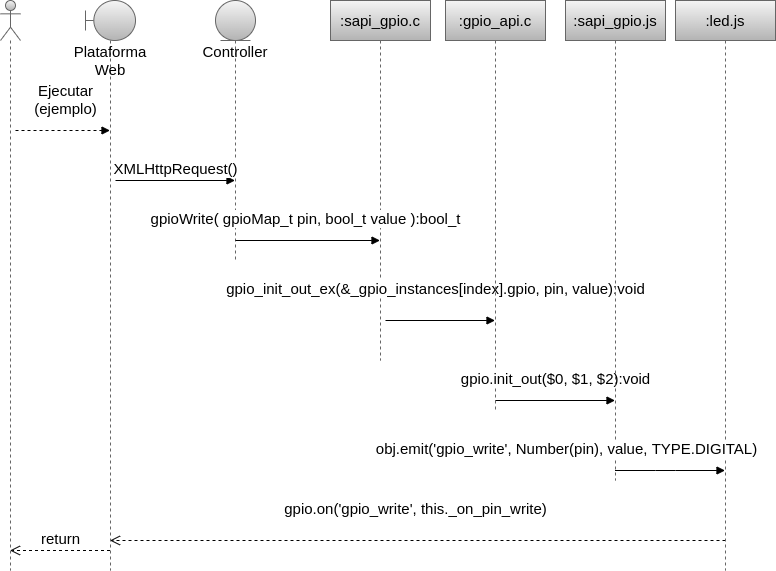
Before: Figures/DiagramaSecuencia.png, a diagram exported from draw.io (jennifferch/Memoria-MSE). Source tidied: cells renumbered, new cells last; positions are measured from the earlier drawing's top-left corner, leaving out a move shared by most shapes.
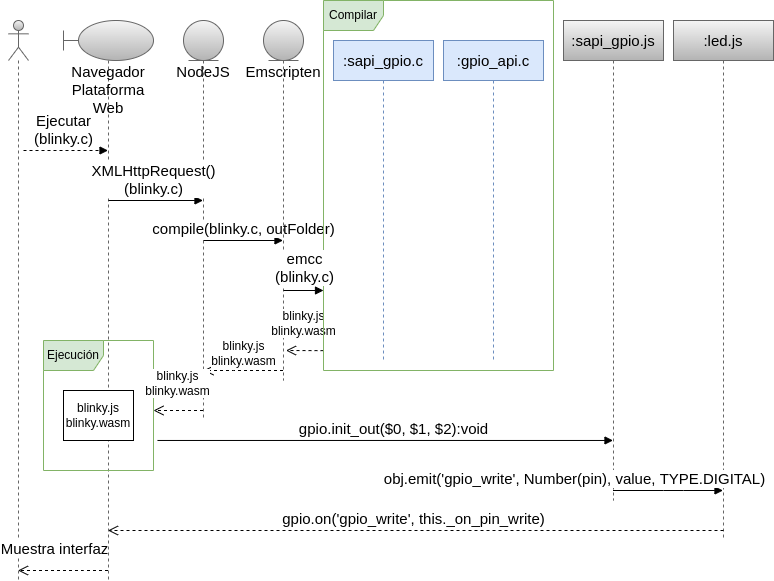
The same file after the commit.

The edit, as a diff of the source:
```diff
@@ -3,74 +3,102 @@
     <mxCell id="0" />
     <mxCell id="1" parent="0" />
     <mxCell id="2" style="shape=umlLifeline;participant=umlActor;perimeter=lifelinePerimeter;whiteSpace=wrap;html=1;verticalAlign=top;spacingTop=36;outlineConnect=0;fillColor=#f5f5f5;gradientColor=#b3b3b3;strokeColor=#666666;" parent="1" vertex="1">
-      <mxGeometry width="20" height="570" as="geometry" />
+      <mxGeometry width="20" height="560" as="geometry" />
     </mxCell>
-    <mxCell id="3" value="Ejecutar&lt;br&gt;(ejemplo)" style="html=1;verticalAlign=bottom;endArrow=block;rounded=0;fontSize=15;dashed=1;" parent="2" edge="1" target="13">
-      <mxGeometry x="0.06" y="10" relative="1" as="geometry">
+    <mxCell id="3" value="Ejecutar&lt;br&gt;(blinky.c)" style="html=1;verticalAlign=bottom;endArrow=block;rounded=0;fontSize=15;dashed=1;" parent="2" edge="1" target="13">
+      <mxGeometry x="-0.05" relative="1" as="geometry">
         <mxPoint x="15" y="130" as="sourcePoint" />
       </mxGeometry>
     </mxCell>
-    <mxCell id="4" value="&lt;font style=&quot;font-size: 15px&quot;&gt;:sapi_gpio.c&lt;/font&gt;" style="shape=umlLifeline;perimeter=lifelinePerimeter;whiteSpace=wrap;html=1;outlineConnect=0;fillColor=#f5f5f5;gradientColor=#b3b3b3;strokeColor=#666666;" parent="1" vertex="1">
-      <mxGeometry x="330" width="100" height="360" as="geometry" />
+    <mxCell id="4" value="&lt;font style=&quot;font-size: 15px&quot;&gt;:sapi_gpio.c&lt;/font&gt;" style="shape=umlLifeline;perimeter=lifelinePerimeter;whiteSpace=wrap;html=1;outlineConnect=0;fillColor=#dae8fc;strokeColor=#6c8ebf;" parent="1" vertex="1">
+      <mxGeometry x="325" y="20" width="100" height="320" as="geometry" />
     </mxCell>
-    <mxCell id="5" value="gpio_init_out_ex(&amp;amp;_gpio_instances[index].gpio, pin, value):void" style="html=1;verticalAlign=bottom;endArrow=block;rounded=0;fontSize=15;" parent="4" edge="1" target="6">
-      <mxGeometry x="-0.09" y="20" relative="1" as="geometry">
-        <mxPoint x="55" y="320" as="sourcePoint" />
-      </mxGeometry>
-    </mxCell>
-    <mxCell id="6" value="&lt;font style=&quot;font-size: 15px&quot;&gt;:gpio_api.c&lt;/font&gt;" style="shape=umlLifeline;perimeter=lifelinePerimeter;whiteSpace=wrap;html=1;outlineConnect=0;fillColor=#f5f5f5;gradientColor=#b3b3b3;strokeColor=#666666;" parent="1" vertex="1">
-      <mxGeometry x="445" width="100" height="410" as="geometry" />
+    <mxCell id="6" value="&lt;font style=&quot;font-size: 15px&quot;&gt;:gpio_api.c&lt;/font&gt;" style="shape=umlLifeline;perimeter=lifelinePerimeter;whiteSpace=wrap;html=1;outlineConnect=0;fillColor=#dae8fc;strokeColor=#6c8ebf;" parent="1" vertex="1">
+      <mxGeometry x="435" y="20" width="100" height="320" as="geometry" />
     </mxCell>
-    <mxCell id="7" value="gpio.init_out($0, $1, $2):void" style="html=1;verticalAlign=bottom;endArrow=block;rounded=0;fontSize=15;" parent="6" edge="1" target="8">
-      <mxGeometry y="10" relative="1" as="geometry">
-        <mxPoint x="50" y="400" as="sourcePoint" />
-      </mxGeometry>
-    </mxCell>
     <mxCell id="8" value="&lt;font style=&quot;font-size: 15px&quot;&gt;:sapi_gpio.js&lt;/font&gt;" style="shape=umlLifeline;perimeter=lifelinePerimeter;whiteSpace=wrap;html=1;outlineConnect=0;fillColor=#f5f5f5;gradientColor=#b3b3b3;strokeColor=#666666;" parent="1" vertex="1">
-      <mxGeometry x="565" width="100" height="480" as="geometry" />
+      <mxGeometry x="555" width="100" height="480" as="geometry" />
     </mxCell>
-    <mxCell id="9" value="gpio.on('gpio_write', this._on_pin_write)" style="html=1;verticalAlign=bottom;endArrow=open;dashed=1;endSize=8;rounded=0;fontSize=15;" parent="8" edge="1" target="13">
-      <mxGeometry x="0.01" y="-20" relative="1" as="geometry">
-        <mxPoint x="160" y="540" as="sourcePoint" />
-        <Array as="points">
-          <mxPoint x="-90" y="540" />
-        </Array>
-      </mxGeometry>
-    </mxCell>
     <mxCell id="10" value="&lt;font style=&quot;font-size: 15px&quot;&gt;:led.js&lt;/font&gt;" style="shape=umlLifeline;perimeter=lifelinePerimeter;whiteSpace=wrap;html=1;outlineConnect=0;fillColor=#f5f5f5;gradientColor=#b3b3b3;strokeColor=#666666;" parent="1" vertex="1">
-      <mxGeometry x="675" width="100" height="570" as="geometry" />
+      <mxGeometry x="665" width="100" height="520" as="geometry" />
     </mxCell>
-    <mxCell id="11" value="Controller" style="shape=umlLifeline;participant=umlEntity;perimeter=lifelinePerimeter;whiteSpace=wrap;html=1;verticalAlign=top;spacingTop=36;outlineConnect=0;fontSize=15;fillColor=#f5f5f5;gradientColor=#b3b3b3;strokeColor=#666666;" parent="1" vertex="1">
-      <mxGeometry x="215" width="40" height="260" as="geometry" />
+    <mxCell id="11" value="NodeJS" style="shape=umlLifeline;participant=umlEntity;perimeter=lifelinePerimeter;whiteSpace=wrap;html=1;verticalAlign=top;spacingTop=36;outlineConnect=0;fontSize=15;fillColor=#f5f5f5;gradientColor=#b3b3b3;strokeColor=#666666;" parent="1" vertex="1">
+      <mxGeometry x="175" width="40" height="400" as="geometry" />
     </mxCell>
-    <mxCell id="12" value="gpioWrite( gpioMap_t pin, bool_t value ):bool_t" style="html=1;verticalAlign=bottom;endArrow=block;rounded=0;fontSize=15;" parent="11" edge="1" target="4">
-      <mxGeometry x="-0.03" y="10" relative="1" as="geometry">
-        <mxPoint x="20" y="240" as="sourcePoint" />
-      </mxGeometry>
-    </mxCell>
+    <mxCell id="17" value="compile(blinky.c, outFolder)" style="html=1;verticalAlign=bottom;endArrow=block;rounded=0;fontSize=15;" parent="11" edge="1" target="19">
+      <mxGeometry relative="1" as="geometry">
+        <mxPoint x="20" y="220" as="sourcePoint" />
+      </mxGeometry>
+    </mxCell>
-    <mxCell id="13" value="&lt;span&gt;Plataforma Web&lt;/span&gt;" style="shape=umlLifeline;participant=umlBoundary;perimeter=lifelinePerimeter;whiteSpace=wrap;html=1;verticalAlign=top;spacingTop=36;outlineConnect=0;fontSize=15;fillColor=#f5f5f5;gradientColor=#b3b3b3;strokeColor=#666666;" parent="1" vertex="1">
-      <mxGeometry x="85" width="50" height="570" as="geometry" />
+    <mxCell id="13" value="&lt;span&gt;Navegador&lt;br&gt;Plataforma Web&lt;/span&gt;" style="shape=umlLifeline;participant=umlBoundary;perimeter=lifelinePerimeter;whiteSpace=wrap;html=1;verticalAlign=top;spacingTop=36;outlineConnect=0;fontSize=15;fillColor=#f5f5f5;gradientColor=#b3b3b3;strokeColor=#666666;" parent="1" vertex="1">
+      <mxGeometry x="55" width="90" height="560" as="geometry" />
     </mxCell>
-    <mxCell id="14" value="XMLHttpRequest()" style="html=1;verticalAlign=bottom;endArrow=block;rounded=0;fontSize=15;" parent="13" edge="1" target="11">
-      <mxGeometry relative="1" as="geometry">
-        <mxPoint x="30" y="180" as="sourcePoint" />
-      </mxGeometry>
-    </mxCell>
+    <mxCell id="18" value="Ejecución" style="shape=umlFrame;whiteSpace=wrap;html=1;fillColor=#d5e8d4;strokeColor=#82b366;" parent="13" vertex="1">
+      <mxGeometry x="-20" y="320" width="110" height="130" as="geometry" />
+    </mxCell>
     <mxCell id="15" value="obj.emit('gpio_write', Number(pin), value, TYPE.DIGITAL)" style="html=1;verticalAlign=bottom;endArrow=block;rounded=0;fontSize=15;" parent="1" edge="1" source="8" target="10">
-      <mxGeometry x="-1" y="51" relative="1" as="geometry">
+      <mxGeometry x="-1" y="-39" relative="1" as="geometry">
         <Array as="points">
           <mxPoint x="655" y="470" />
           <mxPoint x="675" y="470" />
         </Array>
-        <mxPoint x="-49" y="41" as="offset" />
+        <mxPoint x="-39" y="-39" as="offset" />
       </mxGeometry>
     </mxCell>
-    <mxCell id="16" value="return" style="html=1;verticalAlign=bottom;endArrow=open;dashed=1;endSize=8;rounded=0;fontSize=15;" parent="1" edge="1" source="13" target="2">
-      <mxGeometry relative="1" as="geometry">
+    <mxCell id="16" value="Muestra interfaz" style="html=1;verticalAlign=bottom;endArrow=open;dashed=1;endSize=8;rounded=0;fontSize=15;" parent="1" edge="1" source="13" target="2">
+      <mxGeometry x="0.21" y="-10" relative="1" as="geometry">
         <Array as="points">
           <mxPoint x="75" y="550" />
         </Array>
       </mxGeometry>
     </mxCell>
+    <mxCell id="19" value="Emscripten" style="shape=umlLifeline;participant=umlEntity;perimeter=lifelinePerimeter;whiteSpace=wrap;html=1;verticalAlign=top;spacingTop=36;outlineConnect=0;fontSize=15;fillColor=#f5f5f5;gradientColor=#b3b3b3;strokeColor=#666666;" parent="1" vertex="1">
+      <mxGeometry x="255" width="40" height="360" as="geometry" />
+    </mxCell>
+    <mxCell id="20" value="&lt;font style=&quot;font-size: 12px;&quot;&gt;blinky.js&lt;br&gt;&lt;/font&gt;&lt;pre style=&quot;text-align: start; margin-top: 0px; margin-bottom: 0px;&quot;&gt;&lt;font face=&quot;Helvetica&quot; style=&quot;font-size: 12px;&quot;&gt;blinky.wasm&lt;/font&gt;&lt;/pre&gt;" style="html=1;verticalAlign=bottom;endArrow=open;dashed=1;endSize=8;edgeStyle=elbowEdgeStyle;elbow=vertical;curved=0;rounded=0;exitX=-0.013;exitY=0.922;exitDx=0;exitDy=0;exitPerimeter=0;" parent="19" edge="1">
+      <mxGeometry x="0.07" y="-10" relative="1" as="geometry">
+        <mxPoint x="60" y="330.1" as="sourcePoint" />
+        <mxPoint x="22.5" y="330" as="targetPoint" />
+      </mxGeometry>
+    </mxCell>
+    <mxCell id="21" value="Compilar" style="shape=umlFrame;whiteSpace=wrap;html=1;fillColor=#d5e8d4;strokeColor=#82b366;" parent="1" vertex="1">
+      <mxGeometry x="315" y="-20" width="230" height="370" as="geometry" />
+    </mxCell>
+    <mxCell id="22" value="emcc&lt;br&gt;(blinky.c)" style="html=1;verticalAlign=bottom;endArrow=block;rounded=0;fontSize=15;" parent="1" edge="1">
+      <mxGeometry x="0.07" y="2" relative="1" as="geometry">
+        <mxPoint x="275" y="270" as="sourcePoint" />
+        <mxPoint x="315" y="270" as="targetPoint" />
+      </mxGeometry>
+    </mxCell>
+    <mxCell id="23" value="&lt;font style=&quot;border-color: var(--border-color); font-size: 12px;&quot;&gt;blinky.js&lt;br style=&quot;border-color: var(--border-color);&quot;&gt;&lt;/font&gt;&lt;pre style=&quot;border-color: var(--border-color); text-align: start; margin-top: 0px; margin-bottom: 0px;&quot;&gt;&lt;font style=&quot;border-color: var(--border-color); font-size: 12px;&quot; face=&quot;Helvetica&quot;&gt;blinky.wasm&lt;/font&gt;&lt;/pre&gt;" style="html=1;verticalAlign=bottom;endArrow=open;dashed=1;endSize=8;edgeStyle=elbowEdgeStyle;elbow=vertical;curved=0;rounded=0;" parent="1" edge="1" source="19">
+      <mxGeometry relative="1" as="geometry">
+        <mxPoint x="195" y="350" as="targetPoint" />
+      </mxGeometry>
+    </mxCell>
+    <mxCell id="24" value="&lt;font style=&quot;font-size: 12px;&quot;&gt;blinky.js&lt;br&gt;&lt;/font&gt;&lt;pre style=&quot;text-align: start; margin-top: 0px; margin-bottom: 0px;&quot;&gt;&lt;font face=&quot;Helvetica&quot; style=&quot;font-size: 12px;&quot;&gt;blinky.wasm&lt;/font&gt;&lt;/pre&gt;" style="html=1;verticalAlign=bottom;endArrow=open;dashed=1;endSize=8;edgeStyle=elbowEdgeStyle;elbow=vertical;curved=0;rounded=0;" parent="1" edge="1" source="11">
+      <mxGeometry x="0.07" y="-10" relative="1" as="geometry">
+        <mxPoint x="145" y="390" as="targetPoint" />
+      </mxGeometry>
+    </mxCell>
+    <mxCell id="14" value="XMLHttpRequest()&lt;br&gt;(blinky.c)" style="html=1;verticalAlign=bottom;endArrow=block;rounded=0;fontSize=15;" parent="1" edge="1" target="11">
+      <mxGeometry x="-0.05" relative="1" as="geometry">
+        <mxPoint x="100" y="180" as="sourcePoint" />
+      </mxGeometry>
+    </mxCell>
+    <mxCell id="25" value="&lt;font style=&quot;border-color: var(--border-color);&quot;&gt;blinky.js&lt;br style=&quot;border-color: var(--border-color);&quot;&gt;&lt;/font&gt;&lt;pre style=&quot;border-color: var(--border-color); font-size: 11px; text-align: start; margin-top: 0px; margin-bottom: 0px;&quot;&gt;&lt;font style=&quot;border-color: var(--border-color); font-size: 12px;&quot; face=&quot;Helvetica&quot;&gt;blinky.wasm&lt;/font&gt;&lt;/pre&gt;" style="whiteSpace=wrap;html=1;" parent="1" vertex="1">
+      <mxGeometry x="55" y="370" width="70" height="50" as="geometry" />
+    </mxCell>
+    <mxCell id="7" value="gpio.init_out($0, $1, $2):void" style="html=1;verticalAlign=bottom;endArrow=block;rounded=0;fontSize=15;exitX=1.036;exitY=0.769;exitDx=0;exitDy=0;exitPerimeter=0;" parent="1" edge="1" source="18" target="8">
+      <mxGeometry x="0.04" relative="1" as="geometry" />
+    </mxCell>
+    <mxCell id="9" value="gpio.on('gpio_write', this._on_pin_write)" style="html=1;verticalAlign=bottom;endArrow=open;dashed=1;endSize=8;rounded=0;fontSize=15;" parent="1" edge="1">
+      <mxGeometry x="0.01" relative="1" as="geometry">
+        <mxPoint x="715" y="510" as="sourcePoint" />
+        <mxPoint x="99.5" y="510" as="targetPoint" />
+        <Array as="points">
+          <mxPoint x="465" y="510" />
+        </Array>
+      </mxGeometry>
+    </mxCell>
   </root>
 </mxGraphModel>
```
